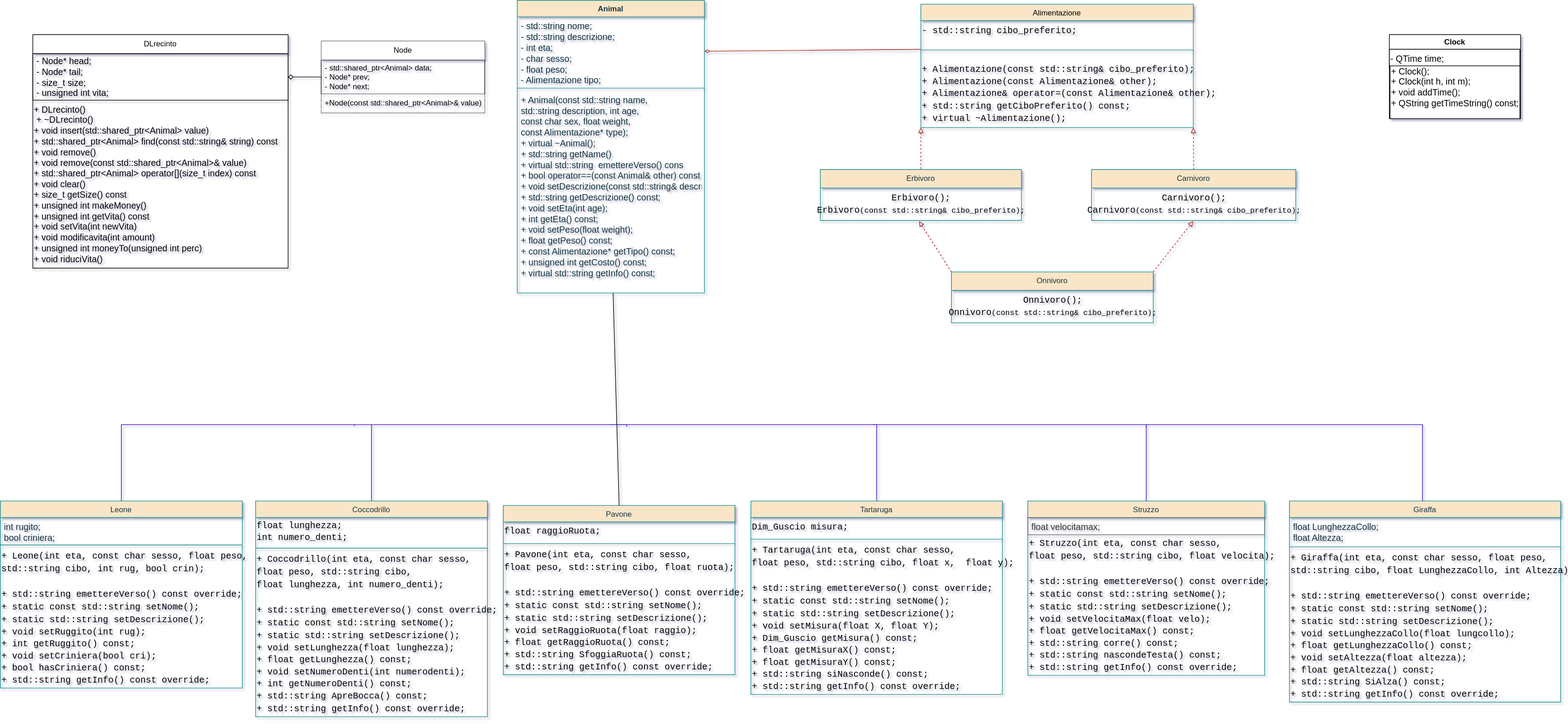
Earlier version of the draw.io export prova.drawio.svg (DavidePicc/PaoProject). Source tidied: cells renumbered, new cells last; positions are measured from the earlier drawing's top-left corner, leaving out a move shared by most shapes.
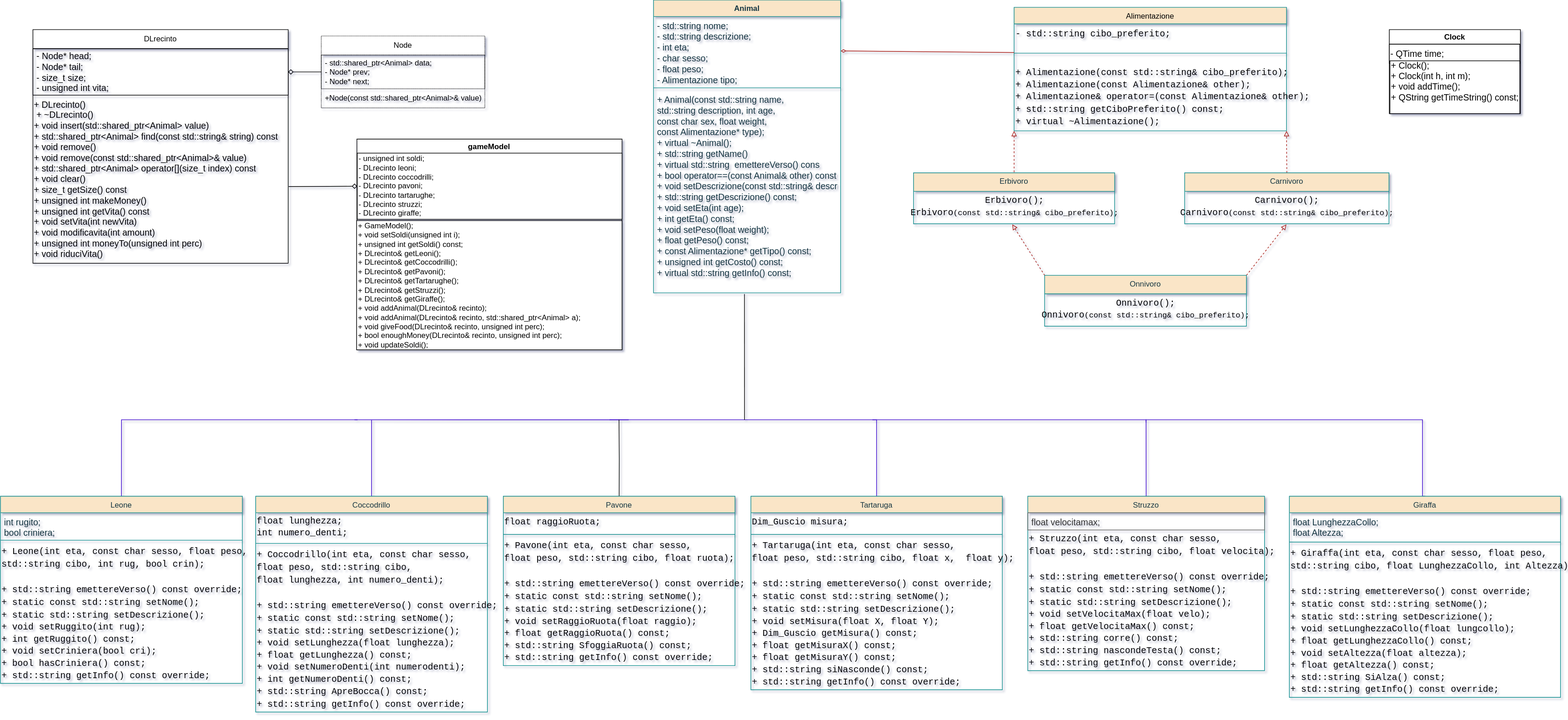
The same diagram one commit later.

The edit, as a diff of the source:
```diff
@@ -3,7 +3,7 @@
     <mxCell id="0" />
     <mxCell id="1" parent="0" />
     <mxCell id="2" value="Animal" style="swimlane;fontStyle=1;align=center;verticalAlign=top;horizontal=1;startSize=26;rounded=0;shadow=0;strokeWidth=1;labelBackgroundColor=none;fillColor=#FAE5C7;strokeColor=#0F8B8D;fontColor=#143642;" parent="1" vertex="1">
-      <mxGeometry x="812" width="294" height="460" as="geometry" />
+      <mxGeometry x="1026" y="7.5" width="294" height="460" as="geometry" />
     </mxCell>
     <mxCell id="3" value="- std::string nome;&#10;- std::string descrizione;&#10;- int eta;&#10;- char sesso;&#10;- float peso;&#10;- Alimentazione tipo;" style="text;align=left;verticalAlign=top;spacingLeft=4;spacingRight=4;overflow=hidden;points=[[0,0.5],[1,0.5]];portConstraint=eastwest;labelBackgroundColor=none;fontColor=#143642;fontSize=14;" parent="2" vertex="1">
       <mxGeometry y="26" width="294" height="108" as="geometry" />
@@ -16,7 +16,7 @@
     </mxCell>
     <mxCell id="6" style="edgeStyle=orthogonalEdgeStyle;rounded=0;jettySize=auto;html=1;exitX=0.5;exitY=0;exitDx=0;exitDy=0;endArrow=none;endFill=0;fillColor=#6a00ff;strokeColor=#3700CC;" parent="1" edge="1" source="7">
       <mxGeometry relative="1" as="geometry">
-        <mxPoint x="556" y="669" as="targetPoint" />
+        <mxPoint x="561" y="667" as="targetPoint" />
         <Array as="points">
           <mxPoint x="190" y="667" />
           <mxPoint x="556" y="667" />
@@ -57,7 +57,7 @@
       <mxGeometry y="76" width="426" height="240" as="geometry" />
     </mxCell>
     <mxCell id="16" value="Alimentazione" style="swimlane;fontStyle=0;align=center;verticalAlign=top;horizontal=1;startSize=26;rounded=0;shadow=0;strokeWidth=1;labelBackgroundColor=none;fillColor=#FAE5C7;strokeColor=#0F8B8D;fontColor=default;" parent="1" vertex="1">
-      <mxGeometry x="1446" y="6" width="428" height="194" as="geometry" />
+      <mxGeometry x="1592.5" y="19" width="428" height="194" as="geometry" />
     </mxCell>
     <mxCell id="17" value="&lt;div style=&quot;font-family: Consolas, &amp;quot;Courier New&amp;quot;, monospace; font-size: 14px; line-height: 19px;&quot;&gt;&lt;div style=&quot;line-height: 19px;&quot;&gt;- std::string cibo_preferito;&lt;/div&gt;&lt;/div&gt;" style="text;html=1;align=left;verticalAlign=middle;strokeColor=none;fillColor=none;labelBackgroundColor=none;fontColor=default;" parent="16" vertex="1">
       <mxGeometry y="26" width="428" height="31" as="geometry" />
@@ -70,7 +70,7 @@
     </mxCell>
     <mxCell id="20" style="edgeStyle=orthogonalEdgeStyle;rounded=0;jettySize=auto;html=1;endArrow=none;endFill=0;fillColor=#6a00ff;strokeColor=#3700CC;exitX=0.5;exitY=0;exitDx=0;exitDy=0;" parent="1" edge="1" source="21">
       <mxGeometry relative="1" as="geometry">
-        <mxPoint x="984" y="670" as="targetPoint" />
+        <mxPoint x="987" y="667" as="targetPoint" />
         <Array as="points">
           <mxPoint x="556" y="667" />
           <mxPoint x="959" y="667" />
@@ -131,8 +131,13 @@
     <mxCell id="34" value="&lt;div style=&quot;line-height: 19px;&quot;&gt;&lt;div style=&quot;font-size: 14px;&quot;&gt;&lt;font style=&quot;font-size: 14px;&quot; face=&quot;Consolas, Courier New, monospace&quot;&gt;+ Struzzo(int eta, const char sesso,&amp;nbsp;&lt;/font&gt;&lt;/div&gt;&lt;div style=&quot;font-size: 14px;&quot;&gt;&lt;font style=&quot;font-size: 14px;&quot; face=&quot;Consolas, Courier New, monospace&quot;&gt;float peso, std::string cibo, float velocita);&lt;/font&gt;&lt;/div&gt;&lt;div style=&quot;font-size: 14px;&quot;&gt;&lt;font style=&quot;font-size: 14px;&quot; face=&quot;Consolas, Courier New, monospace&quot;&gt;&lt;br&gt;&lt;/font&gt;&lt;/div&gt;&lt;div style=&quot;font-size: 14px;&quot;&gt;&lt;font style=&quot;font-size: 14px;&quot; face=&quot;Consolas, Courier New, monospace&quot;&gt;&lt;span style=&quot;&quot;&gt;+ std::string emettereVerso() const override;&lt;/span&gt;&lt;/font&gt;&lt;/div&gt;&lt;div style=&quot;font-size: 14px;&quot;&gt;&lt;font style=&quot;font-size: 14px;&quot; face=&quot;Consolas, Courier New, monospace&quot;&gt;&lt;span style=&quot;&quot;&gt;+ static const std::string setNome();&lt;/span&gt;&lt;/font&gt;&lt;/div&gt;&lt;div style=&quot;font-size: 14px;&quot;&gt;&lt;font style=&quot;font-size: 14px;&quot; face=&quot;Consolas, Courier New, monospace&quot;&gt;&lt;span style=&quot;&quot;&gt;+ static std::string setDescrizione();&lt;/span&gt;&lt;/font&gt;&lt;/div&gt;&lt;div style=&quot;&quot;&gt;&lt;div style=&quot;font-size: 14px;&quot;&gt;&lt;font face=&quot;Consolas, Courier New, monospace&quot;&gt;&lt;div style=&quot;&quot;&gt;+ void setVelocitaMax(float velo);&lt;/div&gt;&lt;div style=&quot;&quot;&gt;+ float getVelocitaMax() const;&lt;/div&gt;&lt;div style=&quot;&quot;&gt;+ std::string corre() const;&lt;/div&gt;&lt;div style=&quot;&quot;&gt;+ std::string nascondeTesta() const;&lt;/div&gt;&lt;div style=&quot;&quot;&gt;+&amp;nbsp;std::string getInfo() const override;&lt;/div&gt;&lt;/font&gt;&lt;/div&gt;&lt;/div&gt;&lt;/div&gt;" style="text;html=1;align=left;verticalAlign=middle;strokeColor=none;fillColor=none;labelBackgroundColor=none;fontColor=default;fontStyle=0;" parent="32" vertex="1">
       <mxGeometry y="53" width="372" height="221" as="geometry" />
     </mxCell>
+    <mxCell id="60" style="edgeStyle=orthogonalEdgeStyle;rounded=0;jettySize=auto;html=1;exitX=0.5;exitY=0;exitDx=0;exitDy=0;endArrow=none;endFill=0;" parent="1" edge="1" source="35">
+      <mxGeometry relative="1" as="geometry">
+        <mxPoint x="971.8" y="666.8" as="targetPoint" />
+      </mxGeometry>
+    </mxCell>
     <mxCell id="35" value="Pavone" style="swimlane;fontStyle=0;align=center;verticalAlign=top;horizontal=1;startSize=26;rounded=0;shadow=0;strokeWidth=1;labelBackgroundColor=none;fillColor=#FAE5C7;strokeColor=#0F8B8D;fontColor=#143642;" parent="1" vertex="1">
-      <mxGeometry x="790" y="794" width="364" height="266" as="geometry" />
+      <mxGeometry x="790" y="787" width="364" height="266" as="geometry" />
     </mxCell>
     <mxCell id="36" value="&lt;div style=&quot;font-family: Consolas, &amp;quot;Courier New&amp;quot;, monospace; font-size: 14px; line-height: 19px;&quot;&gt;float raggioRuota;&lt;/div&gt;" style="text;html=1;strokeColor=none;fillColor=none;align=left;verticalAlign=middle;whiteSpace=wrap;rounded=0;labelBackgroundColor=none;fontColor=default;labelBorderColor=none;" parent="35" vertex="1">
       <mxGeometry y="26" width="364" height="30" as="geometry" />
@@ -144,7 +149,7 @@
       <mxGeometry y="64" width="364" height="202" as="geometry" />
     </mxCell>
     <mxCell id="39" value="Erbivoro" style="swimlane;fontStyle=0;align=center;verticalAlign=top;horizontal=1;startSize=29;rounded=0;shadow=0;strokeWidth=1;labelBackgroundColor=none;fillColor=#FAE5C7;strokeColor=#0F8B8D;fontColor=#143642;" parent="1" vertex="1">
-      <mxGeometry x="1288" y="266" width="316" height="80" as="geometry" />
+      <mxGeometry x="1434.5" y="279" width="316" height="80" as="geometry" />
     </mxCell>
     <mxCell id="40" value="&lt;div style=&quot;font-family: Consolas, &amp;quot;Courier New&amp;quot;, monospace; font-size: 14px; line-height: 19px;&quot;&gt;&lt;div style=&quot;line-height: 19px;&quot;&gt;Erbivoro();&lt;/div&gt;&lt;div style=&quot;line-height: 19px;&quot;&gt;Erbivoro&lt;span style=&quot;font-family: ui-monospace, SFMono-Regular, &amp;quot;SF Mono&amp;quot;, Menlo, Consolas, &amp;quot;Liberation Mono&amp;quot;, monospace; font-size: 12px; text-align: start;&quot;&gt;(&lt;/span&gt;&lt;span style=&quot;box-sizing: border-box; font-family: ui-monospace, SFMono-Regular, &amp;quot;SF Mono&amp;quot;, Menlo, Consolas, &amp;quot;Liberation Mono&amp;quot;, monospace; font-size: 12px; text-align: start;&quot; class=&quot;pl-k&quot;&gt;const&lt;/span&gt;&lt;span style=&quot;font-family: ui-monospace, SFMono-Regular, &amp;quot;SF Mono&amp;quot;, Menlo, Consolas, &amp;quot;Liberation Mono&amp;quot;, monospace; font-size: 12px; text-align: start;&quot;&gt; std::string&amp;amp; cibo_preferito);&lt;/span&gt;&lt;br&gt;&lt;/div&gt;&lt;/div&gt;" style="text;html=1;align=center;verticalAlign=middle;points=[];strokeColor=none;fillColor=none;labelBackgroundColor=none;fontColor=default;" parent="39" vertex="1">
       <mxGeometry y="29" width="316" height="51" as="geometry" />
@@ -182,8 +187,10 @@
     <mxCell id="51" style="endArrow=none;html=1;rounded=0;entryX=0;entryY=0.5;entryDx=0;entryDy=0;exitX=1;exitY=0.5;exitDx=0;exitDy=0;startArrow=diamond;startFill=0;" parent="1" edge="1" source="46" target="49">
       <mxGeometry relative="1" as="geometry" />
     </mxCell>
-    <mxCell id="52" style="endArrow=none;html=1;rounded=0;entryX=0.512;entryY=1.001;entryDx=0;entryDy=0;entryPerimeter=0;exitX=0.5;exitY=0;exitDx=0;exitDy=0;" parent="1" edge="1" source="35" target="5">
-      <mxGeometry relative="1" as="geometry" />
+    <mxCell id="52" style="endArrow=none;html=1;rounded=0;entryX=0.486;entryY=1.006;entryDx=0;entryDy=0;entryPerimeter=0;" parent="1" edge="1" target="5">
+      <mxGeometry relative="1" as="geometry">
+        <mxPoint x="1169" y="667" as="sourcePoint" />
+      </mxGeometry>
     </mxCell>
     <mxCell id="53" value="Clock" style="swimlane;whiteSpace=wrap;html=1;" parent="1" vertex="1">
       <mxGeometry x="2182" y="54" width="206" height="132" as="geometry" />
@@ -195,16 +202,28 @@
       <mxGeometry x="1" y="49" width="204" height="83" as="geometry" />
     </mxCell>
     <mxCell id="56" value="Onnivoro" style="swimlane;fontStyle=0;align=center;verticalAlign=top;horizontal=1;startSize=29;rounded=0;shadow=0;strokeWidth=1;labelBackgroundColor=none;fillColor=#FAE5C7;strokeColor=#0F8B8D;fontColor=#143642;" parent="1" vertex="1">
-      <mxGeometry x="1494" y="427" width="317" height="80" as="geometry" />
+      <mxGeometry x="1640.5" y="440" width="317" height="80" as="geometry" />
     </mxCell>
     <mxCell id="57" value="&lt;div style=&quot;font-family: Consolas, &amp;quot;Courier New&amp;quot;, monospace; font-size: 14px; line-height: 19px;&quot;&gt;&lt;div style=&quot;line-height: 19px;&quot;&gt;Onnivoro();&lt;/div&gt;&lt;div style=&quot;line-height: 19px;&quot;&gt;Onnivoro&lt;span style=&quot;font-family: ui-monospace, SFMono-Regular, &amp;quot;SF Mono&amp;quot;, Menlo, Consolas, &amp;quot;Liberation Mono&amp;quot;, monospace; font-size: 12px; text-align: start;&quot;&gt;(&lt;/span&gt;&lt;span style=&quot;box-sizing: border-box; font-family: ui-monospace, SFMono-Regular, &amp;quot;SF Mono&amp;quot;, Menlo, Consolas, &amp;quot;Liberation Mono&amp;quot;, monospace; font-size: 12px; text-align: start;&quot; class=&quot;pl-k&quot;&gt;const&lt;/span&gt;&lt;span style=&quot;font-family: ui-monospace, SFMono-Regular, &amp;quot;SF Mono&amp;quot;, Menlo, Consolas, &amp;quot;Liberation Mono&amp;quot;, monospace; font-size: 12px; text-align: start;&quot;&gt; std::string&amp;amp; cibo_preferito);&lt;/span&gt;&lt;br&gt;&lt;/div&gt;&lt;/div&gt;" style="text;html=1;align=center;verticalAlign=middle;strokeColor=none;fillColor=none;labelBackgroundColor=none;fontColor=default;" parent="56" vertex="1">
       <mxGeometry y="29" width="317" height="51" as="geometry" />
     </mxCell>
     <mxCell id="58" value="Carnivoro" style="swimlane;fontStyle=0;align=center;verticalAlign=top;horizontal=1;startSize=29;rounded=0;shadow=0;strokeWidth=1;labelBackgroundColor=none;fillColor=#FAE5C7;strokeColor=#0F8B8D;fontColor=#143642;" parent="1" vertex="1">
-      <mxGeometry x="1714" y="266" width="321" height="80" as="geometry" />
+      <mxGeometry x="1860.5" y="279" width="321" height="80" as="geometry" />
     </mxCell>
     <mxCell id="59" value="&lt;div style=&quot;font-family: Consolas, &amp;quot;Courier New&amp;quot;, monospace; font-size: 14px; line-height: 19px;&quot;&gt;&lt;div style=&quot;line-height: 19px;&quot;&gt;Carnivoro();&lt;/div&gt;&lt;div style=&quot;line-height: 19px;&quot;&gt;Carnivoro&lt;span style=&quot;font-family: ui-monospace, SFMono-Regular, &amp;quot;SF Mono&amp;quot;, Menlo, Consolas, &amp;quot;Liberation Mono&amp;quot;, monospace; font-size: 12px; text-align: start;&quot;&gt;(&lt;/span&gt;&lt;span style=&quot;box-sizing: border-box; font-family: ui-monospace, SFMono-Regular, &amp;quot;SF Mono&amp;quot;, Menlo, Consolas, &amp;quot;Liberation Mono&amp;quot;, monospace; font-size: 12px; text-align: start;&quot; class=&quot;pl-k&quot;&gt;const&lt;/span&gt;&lt;span style=&quot;font-family: ui-monospace, SFMono-Regular, &amp;quot;SF Mono&amp;quot;, Menlo, Consolas, &amp;quot;Liberation Mono&amp;quot;, monospace; font-size: 12px; text-align: start;&quot;&gt; std::string&amp;amp; cibo_preferito);&lt;/span&gt;&lt;br&gt;&lt;/div&gt;&lt;/div&gt;" style="text;html=1;align=center;verticalAlign=middle;points=[];strokeColor=none;fillColor=none;labelBackgroundColor=none;fontColor=default;" parent="58" vertex="1">
       <mxGeometry y="29" width="321" height="51" as="geometry" />
     </mxCell>
+    <mxCell id="61" value="gameModel" style="swimlane;whiteSpace=wrap;html=1;" parent="1" vertex="1">
+      <mxGeometry x="560" y="226" width="416.5" height="331" as="geometry" />
+    </mxCell>
+    <mxCell id="62" value="&lt;div style=&quot;&quot;&gt;&lt;font style=&quot;font-size: 12px;&quot;&gt;- unsigned int soldi;&lt;/font&gt;&lt;/div&gt;&lt;div style=&quot;&quot;&gt;&lt;font style=&quot;font-size: 12px;&quot;&gt;- DLrecinto leoni;&lt;/font&gt;&lt;/div&gt;&lt;div style=&quot;&quot;&gt;&lt;font style=&quot;font-size: 12px;&quot;&gt;- DLrecinto coccodrilli;&lt;/font&gt;&lt;/div&gt;&lt;div style=&quot;&quot;&gt;&lt;font style=&quot;font-size: 12px;&quot;&gt;- DLrecinto pavoni;&lt;/font&gt;&lt;/div&gt;&lt;div style=&quot;&quot;&gt;&lt;font style=&quot;font-size: 12px;&quot;&gt;- DLrecinto tartarughe;&lt;/font&gt;&lt;/div&gt;&lt;div style=&quot;&quot;&gt;&lt;font style=&quot;font-size: 12px;&quot;&gt;- DLrecinto struzzi;&lt;/font&gt;&lt;/div&gt;&lt;div style=&quot;&quot;&gt;&lt;font style=&quot;font-size: 12px;&quot;&gt;- DLrecinto giraffe;&lt;/font&gt;&lt;/div&gt;" style="whiteSpace=wrap;html=1;align=left;" parent="61" vertex="1">
+      <mxGeometry x="0.5" y="22" width="416" height="104" as="geometry" />
+    </mxCell>
+    <mxCell id="63" value="&lt;div style=&quot;font-size: 12px;&quot;&gt;&lt;div&gt;+ GameModel();&lt;/div&gt;&lt;div&gt;+ void setSoldi(unsigned int i);&lt;/div&gt;&lt;div&gt;+ unsigned int getSoldi() const;&lt;/div&gt;&lt;div&gt;+ DLrecinto&amp;amp; getLeoni();&lt;/div&gt;&lt;div&gt;+ DLrecinto&amp;amp; getCoccodrilli();&lt;/div&gt;&lt;div&gt;+ DLrecinto&amp;amp; getPavoni();&lt;/div&gt;&lt;div&gt;+ DLrecinto&amp;amp; getTartarughe();&lt;/div&gt;&lt;div&gt;+ DLrecinto&amp;amp; getStruzzi();&lt;/div&gt;&lt;div&gt;+ DLrecinto&amp;amp; getGiraffe();&lt;/div&gt;&lt;div&gt;+ void addAnimal(DLrecinto&amp;amp; recinto);&lt;/div&gt;&lt;div&gt;+ void addAnimal(DLrecinto&amp;amp; recinto, std::shared_ptr&amp;lt;Animal&amp;gt; a);&lt;/div&gt;&lt;div&gt;+ void giveFood(DLrecinto&amp;amp; recinto, unsigned int perc);&lt;/div&gt;&lt;div&gt;+ bool enoughMoney(DLrecinto&amp;amp; recinto, unsigned int perc);&lt;/div&gt;&lt;div&gt;+ void updateSoldi();&lt;/div&gt;&lt;/div&gt;" style="whiteSpace=wrap;html=1;align=left;fontSize=14;" parent="61" vertex="1">
+      <mxGeometry x="-0.5" y="128" width="417" height="203" as="geometry" />
+    </mxCell>
+    <mxCell id="64" style="endArrow=none;html=1;rounded=0;entryX=1.002;entryY=0.544;entryDx=0;entryDy=0;exitX=0;exitY=0.5;exitDx=0;exitDy=0;startArrow=diamond;startFill=0;entryPerimeter=0;" parent="1" edge="1" source="62" target="47">
+      <mxGeometry relative="1" as="geometry" />
+    </mxCell>
   </root>
 </mxGraphModel>
```
